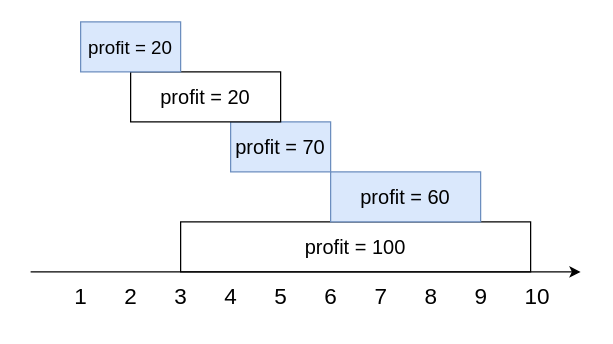
This is 20221020.drawio from EndlessCheng/EndlessCheng, a draw.io file, before an edit. Source tidied: cells renumbered, new cells numbered last; positions are measured from the earlier drawing's top-left corner, leaving out a move shared by most shapes. Both pictures are drawn from the tidied source at 125%, with x=0, y=0 at pixel (30, 21).
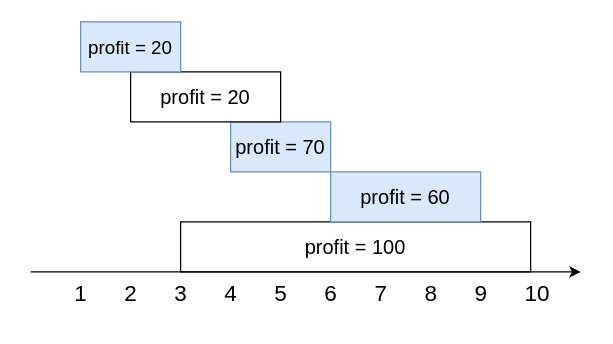
The same diagram, later.

Change to the diagram source:
```diff
@@
 <mxGraphModel>
   <root>
     <mxCell id="0" />
     <mxCell id="1" parent="0" />
     <mxCell id="2" value="profit = 100" style="rounded=0;whiteSpace=wrap;html=1;fontSize=16;" parent="1" vertex="1">
       <mxGeometry x="120" y="160" width="280" height="40" as="geometry" />
     </mxCell>
     <mxCell id="3" style="endArrow=classic;html=1;rounded=0;" parent="1" edge="1">
       <mxGeometry relative="1" as="geometry">
         <mxPoint y="200" as="sourcePoint" />
         <mxPoint x="440" y="200" as="targetPoint" />
       </mxGeometry>
     </mxCell>
-    <mxCell id="4" value="&lt;font style=&quot;font-size: 18px;&quot;&gt;1&amp;nbsp; &amp;nbsp; &amp;nbsp; 2&lt;/font&gt;&lt;span style=&quot;font-size: 18px;&quot;&gt;&amp;nbsp; &amp;nbsp; &amp;nbsp; 3&lt;/span&gt;&lt;span style=&quot;font-size: 18px;&quot;&gt;&amp;nbsp; &amp;nbsp; &amp;nbsp; 4&lt;/span&gt;&lt;span style=&quot;font-size: 18px;&quot;&gt;&amp;nbsp; &amp;nbsp; &amp;nbsp; 5&lt;/span&gt;&lt;span style=&quot;font-size: 18px;&quot;&gt;&amp;nbsp; &amp;nbsp; &amp;nbsp; 6&lt;/span&gt;&lt;span style=&quot;font-size: 18px;&quot;&gt;&amp;nbsp; &amp;nbsp; &amp;nbsp; 7&amp;nbsp;&lt;/span&gt;&lt;span style=&quot;font-size: 18px;&quot;&gt;&amp;nbsp; &amp;nbsp; &amp;nbsp;8&amp;nbsp;&lt;/span&gt;&lt;span style=&quot;font-size: 18px;&quot;&gt;&amp;nbsp; &amp;nbsp; &amp;nbsp;9&amp;nbsp;&lt;/span&gt;&lt;span style=&quot;font-size: 18px;&quot;&gt;&amp;nbsp; &amp;nbsp; &amp;nbsp;10&lt;/span&gt;" style="text;html=1;align=center;verticalAlign=middle;fillColor=none;strokeColor=none;rounded=0;fontSize=18;" parent="1" vertex="1">
-      <mxGeometry x="25" y="200" width="400" height="40" as="geometry" />
+    <mxCell id="4" value="&lt;font style=&quot;font-size: 18px;&quot;&gt;1&amp;nbsp; &amp;nbsp; &amp;nbsp; 2&lt;/font&gt;&lt;span style=&quot;font-size: 18px;&quot;&gt;&amp;nbsp; &amp;nbsp; &amp;nbsp; 3&lt;/span&gt;&lt;span style=&quot;font-size: 18px;&quot;&gt;&amp;nbsp; &amp;nbsp; &amp;nbsp; 4&lt;/span&gt;&lt;span style=&quot;font-size: 18px;&quot;&gt;&amp;nbsp; &amp;nbsp; &amp;nbsp; 5&lt;/span&gt;&lt;span style=&quot;font-size: 18px;&quot;&gt;&amp;nbsp; &amp;nbsp; &amp;nbsp; 6&lt;/span&gt;&lt;span style=&quot;font-size: 18px;&quot;&gt;&amp;nbsp; &amp;nbsp; &amp;nbsp; 7&amp;nbsp;&lt;/span&gt;&lt;span style=&quot;font-size: 18px;&quot;&gt;&amp;nbsp; &amp;nbsp; &amp;nbsp;8&amp;nbsp;&lt;/span&gt;&lt;span style=&quot;font-size: 18px;&quot;&gt;&amp;nbsp; &amp;nbsp; &amp;nbsp;9&amp;nbsp;&lt;/span&gt;&lt;span style=&quot;font-size: 18px;&quot;&gt;&amp;nbsp; &amp;nbsp; &amp;nbsp;10&lt;/span&gt;" style="text;html=1;align=center;verticalAlign=middle;fillColor=none;strokeColor=none;rounded=0;fontSize=18;spacingTop=0;spacingBottom=-5;" parent="1" vertex="1">
+      <mxGeometry x="25" y="200" width="400" height="30" as="geometry" />
     </mxCell>
     <mxCell id="5" value="profit = 60" style="rounded=0;whiteSpace=wrap;html=1;fontSize=16;fillColor=#dae8fc;strokeColor=#6c8ebf;" parent="1" vertex="1">
       <mxGeometry x="240" y="120" width="120" height="40" as="geometry" />
     </mxCell>
     <mxCell id="6" value="profit = 70" style="rounded=0;whiteSpace=wrap;html=1;fontSize=16;fillColor=#dae8fc;strokeColor=#6c8ebf;" parent="1" vertex="1">
       <mxGeometry x="160" y="80" width="80" height="40" as="geometry" />
     </mxCell>
     <mxCell id="7" value="profit = 20" style="rounded=0;whiteSpace=wrap;html=1;fontSize=16;" parent="1" vertex="1">
       <mxGeometry x="80" y="40" width="120" height="40" as="geometry" />
     </mxCell>
     <mxCell id="8" value="profit = 20" style="rounded=0;whiteSpace=wrap;html=1;fontSize=15;fillColor=#dae8fc;strokeColor=#6c8ebf;" parent="1" vertex="1">
       <mxGeometry x="40" width="80" height="40" as="geometry" />
     </mxCell>
   </root>
 </mxGraphModel>
```
